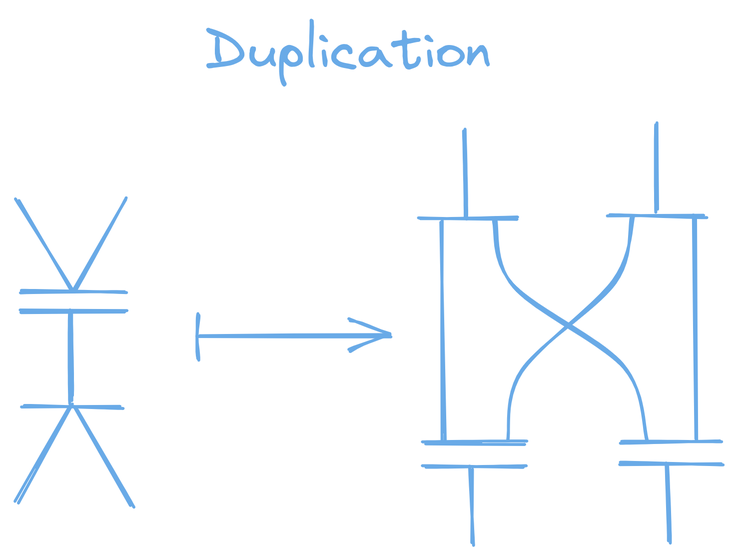
This is content/interaction-nets-combinators-calculus/duplication.excalidraw.png from zicklag/blog, a Excalidraw export, as it was before one commit. Source tidied: one line per element, renumbered; positions are measured from the earlier drawing's top-left corner, leaving out a move shared by most shapes.
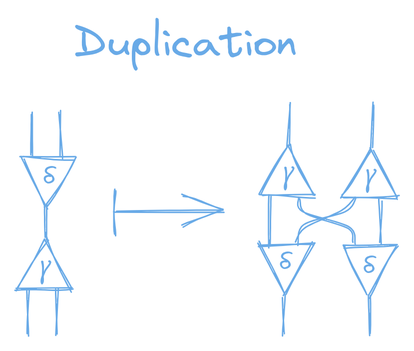
After the commit.

Diff of the diagram source:
```diff
@@ -1,25 +1,27 @@
-{"id": 0, "type": "line", "strokeColor": "#1864ab", "angle": 3.14, "strokeWidth": 2, "roughness": 1, "round": true, "x": 4, "y": 198, "width": 69, "height": 0, "points": [[0, 0], [69, 0]]}
-{"id": 1, "type": "line", "strokeColor": "#1864ab", "angle": 3.14, "strokeWidth": 2, "roughness": 1, "round": true, "x": 4, "y": 183, "width": 69, "height": 0, "points": [[0, 0], [69, 0]]}
-{"id": 2, "type": "line", "strokeColor": "#1864ab", "angle": 3.14, "strokeWidth": 2, "roughness": 1, "round": true, "x": 37, "y": 253, "width": 0, "height": 56, "points": [[0, 0], [0, -56]]}
-{"id": 3, "type": "line", "strokeColor": "#1864ab", "angle": 3.14, "strokeWidth": 2, "roughness": 1, "round": true, "x": 73, "y": 123, "width": 35, "height": 61, "points": [[0, 0], [-35, 61]]}
-{"id": 4, "type": "line", "strokeColor": "#1864ab", "angle": 3.14, "strokeWidth": 2, "roughness": 1, "round": true, "x": 1, "y": 122, "width": 36, "height": 62, "points": [[0, 0], [36, 62]]}
-{"id": 5, "type": "text", "text": "Duplication", "strokeColor": "#1864ab", "strokeWidth": 2, "roughness": 1, "fontSize": 36, "fontFamily": 1, "textAlign": "center", "x": 126, "y": 0, "width": 191, "height": 45}
+{"id": 5, "type": "text", "text": "Duplication", "strokeColor": "#1864ab", "strokeWidth": 1, "roughness": 1, "fontSize": 28, "fontFamily": 1, "textAlign": "center", "x": 377, "y": 449, "width": 148, "height": 35}
-{"id": 6, "type": "arrow", "strokeColor": "#1864ab", "strokeWidth": 2, "roughness": 1, "startArrowhead": "bar", "endArrowhead": "arrow", "round": true, "x": 121, "y": 213, "width": 128, "height": 0, "points": [[0, 0], [128, 0]]}
+{"id": 6, "type": "arrow", "strokeColor": "#1864ab", "strokeWidth": 1, "roughness": 1, "startArrowhead": "bar", "endArrowhead": "arrow", "round": true, "x": 404, "y": 579, "width": 72, "height": 0, "points": [[0, 0], [72, 0]]}
-{"id": 7, "type": "line", "strokeColor": "#1864ab", "angle": 9.42, "strokeWidth": 2, "roughness": 1, "round": true, "x": 403, "y": 298, "width": 67, "height": 0, "points": [[0, 0], [67, 0]]}
-{"id": 8, "type": "line", "strokeColor": "#1864ab", "angle": 9.42, "strokeWidth": 2, "roughness": 1, "round": true, "x": 404, "y": 284, "width": 67, "height": 0, "points": [[0, 0], [67, 0]]}
-{"id": 9, "type": "line", "strokeColor": "#1864ab", "angle": 9.42, "strokeWidth": 2, "roughness": 1, "round": true, "x": 435, "y": 352, "width": 0, "height": 53, "points": [[0, 0], [0, -53]]}
-{"id": 10, "type": "line", "strokeColor": "#1864ab", "angle": 9.42, "strokeWidth": 2, "roughness": 1, "round": true, "x": 271, "y": 302, "width": 67, "height": 0, "points": [[0, 0], [67, 0]]}
-{"id": 11, "type": "line", "strokeColor": "#1864ab", "angle": 9.42, "strokeWidth": 2, "roughness": 1, "round": true, "x": 272, "y": 285, "width": 67, "height": 0, "points": [[0, 0], [67, 0]]}
-{"id": 12, "type": "line", "strokeColor": "#1864ab", "angle": 9.42, "strokeWidth": 2, "roughness": 1, "round": true, "x": 304, "y": 352, "width": 0, "height": 51, "points": [[0, 0], [0, -51]]}
-{"id": 13, "type": "line", "strokeColor": "#1864ab", "angle": 9.42, "strokeWidth": 2, "roughness": 1, "round": true, "x": 284, "y": 137, "width": 3, "height": 147, "points": [[0, 0], [3, 147]]}
-{"id": 14, "type": "line", "strokeColor": "#1864ab", "angle": 6.28, "strokeWidth": 2, "roughness": 1, "round": true, "x": 395, "y": 133, "width": 64, "height": 0, "points": [[0, 0], [64, 0]]}
-{"id": 15, "type": "line", "strokeColor": "#1864ab", "angle": 6.28, "strokeWidth": 2, "roughness": 1, "round": true, "x": 427, "y": 131, "width": 0, "height": 58, "points": [[0, 0], [0, -58]]}
-{"id": 16, "type": "line", "strokeColor": "#1864ab", "angle": 6.28, "strokeWidth": 2, "roughness": 1, "round": true, "x": 411, "y": 135, "width": 83, "height": 148, "points": [[0, 0], [-11, 43], [-75, 101], [-83, 148]]}
-{"id": 17, "type": "line", "strokeColor": "#1864ab", "angle": 6.28, "strokeWidth": 2, "roughness": 1, "round": true, "x": 453, "y": 135, "width": 0, "height": 148, "points": [[0, 0], [0, 148]]}
-{"id": 18, "type": "line", "strokeColor": "#1864ab", "angle": 6.28, "strokeWidth": 2, "roughness": 1, "round": true, "x": 269, "y": 135, "width": 64, "height": 0, "points": [[0, 0], [64, 0]]}
-{"id": 19, "type": "line", "strokeColor": "#1864ab", "angle": 6.28, "strokeWidth": 2, "roughness": 1, "round": true, "x": 300, "y": 135, "width": 0, "height": 58, "points": [[0, 0], [0, -58]]}
-{"id": 20, "type": "line", "strokeColor": "#1864ab", "angle": 6.28, "strokeWidth": 2, "roughness": 1, "round": true, "x": 320, "y": 136, "width": 102, "height": 148, "points": [[0, 0], [12, 45], [86, 99], [102, 148]]}
-{"id": 21, "type": "line", "strokeColor": "#1864ab", "strokeWidth": 2, "roughness": 1, "round": true, "x": 4, "y": 261, "width": 66, "height": 0, "points": [[0, 0], [66, 0]]}
-{"id": 22, "type": "line", "strokeColor": "#1864ab", "strokeWidth": 2, "roughness": 1, "round": true, "x": 37, "y": 258, "width": 0, "height": 60, "points": [[0, 0], [0, -60]]}
-{"id": 23, "type": "line", "strokeColor": "#1864ab", "strokeWidth": 2, "roughness": 1, "round": true, "x": 37, "y": 261, "width": 37, "height": 64, "points": [[0, 0], [-37, 64]]}
-{"id": 24, "type": "line", "strokeColor": "#1864ab", "strokeWidth": 2, "roughness": 1, "round": true, "x": 39, "y": 262, "width": 38, "height": 66, "points": [[0, 0], [38, 66]]}
+{"id": 25, "type": "line", "strokeColor": "#1864ab", "angle": 6.29, "strokeWidth": 1, "roughness": 1, "x": 358, "y": 598, "width": 37, "height": 33, "points": [[0, 0], [-19, 33], [17, 33], [0, 0]]}
+{"id": 26, "type": "text", "text": "γ", "strokeColor": "#1864ab", "backgroundColor": "#ced4da", "fillStyle": "solid", "strokeWidth": 1, "roughness": 1, "fontSize": 16, "fontFamily": 1, "textAlign": "center", "x": 355, "y": 605, "width": 7, "height": 20}
+{"id": 27, "type": "line", "strokeColor": "#1864ab", "angle": 3.14, "strokeWidth": 1, "roughness": 1, "x": 360, "y": 544, "width": 37, "height": 33, "points": [[0, 0], [-19, 33], [17, 33], [0, 0]]}
+{"id": 28, "type": "text", "text": "δ", "strokeColor": "#1864ab", "backgroundColor": "#ced4da", "fillStyle": "solid", "strokeWidth": 1, "roughness": 1, "fontSize": 16, "fontFamily": 1, "textAlign": "center", "x": 356, "y": 545, "width": 9, "height": 20}
+{"id": 29, "type": "arrow", "strokeColor": "#1864ab", "backgroundColor": "#ced4da", "fillStyle": "solid", "strokeWidth": 1, "roughness": 1, "round": true, "from": 28, "to": 26, "x": 359, "y": 575, "width": 0, "height": 23, "points": [[0, 0], [0, 23]]}
+{"id": 30, "type": "arrow", "strokeColor": "#1864ab", "backgroundColor": "#ced4da", "fillStyle": "solid", "strokeWidth": 1, "roughness": 1, "round": true, "from": 28, "x": 348, "y": 543, "width": 0, "height": 30, "points": [[0, 0], [0, -30]]}
+{"id": 31, "type": "arrow", "strokeColor": "#1864ab", "backgroundColor": "#ced4da", "fillStyle": "solid", "strokeWidth": 1, "roughness": 1, "round": true, "from": 28, "x": 369, "y": 543, "width": 0, "height": 30, "points": [[0, 0], [0, -30]]}
+{"id": 32, "type": "arrow", "strokeColor": "#1864ab", "backgroundColor": "#ced4da", "fillStyle": "solid", "strokeWidth": 1, "roughness": 1, "round": true, "from": 26, "x": 347, "y": 632, "width": 0, "height": 30, "points": [[0, 0], [0, 30]]}
+{"id": 33, "type": "arrow", "strokeColor": "#1864ab", "backgroundColor": "#ced4da", "fillStyle": "solid", "strokeWidth": 1, "roughness": 1, "round": true, "from": 26, "x": 366, "y": 631, "width": 0, "height": 31, "points": [[0, 0], [0, 31]]}
+{"id": 34, "type": "line", "strokeColor": "#1864ab", "angle": 6.29, "strokeWidth": 1, "roughness": 1, "x": 520, "y": 536, "width": 37, "height": 33, "points": [[0, 0], [-19, 33], [17, 33], [0, 0]]}
+{"id": 35, "type": "text", "text": "γ", "strokeColor": "#1864ab", "backgroundColor": "#ced4da", "fillStyle": "solid", "strokeWidth": 1, "roughness": 1, "fontSize": 16, "fontFamily": 1, "textAlign": "center", "x": 517, "y": 542, "width": 7, "height": 20}
+{"id": 36, "type": "line", "strokeColor": "#1864ab", "angle": 6.29, "strokeWidth": 1, "roughness": 1, "x": 575, "y": 537, "width": 37, "height": 33, "points": [[0, 0], [-19, 33], [17, 33], [0, 0]]}
+{"id": 37, "type": "text", "text": "γ", "strokeColor": "#1864ab", "backgroundColor": "#ced4da", "fillStyle": "solid", "strokeWidth": 1, "roughness": 1, "fontSize": 16, "fontFamily": 1, "textAlign": "center", "x": 572, "y": 544, "width": 7, "height": 20}
+{"id": 38, "type": "arrow", "strokeColor": "#1864ab", "backgroundColor": "#ced4da", "fillStyle": "solid", "strokeWidth": 1, "roughness": 1, "round": true, "from": 35, "x": 520, "y": 535, "width": 0, "height": 28, "points": [[0, 0], [0, -28]]}
+{"id": 39, "type": "arrow", "strokeColor": "#1864ab", "backgroundColor": "#ced4da", "fillStyle": "solid", "strokeWidth": 1, "roughness": 1, "round": true, "from": 37, "x": 576, "y": 538, "width": 0, "height": 30, "points": [[0, 0], [0, -30]]}
+{"id": 40, "type": "line", "strokeColor": "#1864ab", "angle": 3.14, "strokeWidth": 1, "roughness": 1, "x": 520, "y": 601, "width": 37, "height": 33, "points": [[0, 0], [-19, 33], [17, 33], [0, 0]]}
+{"id": 41, "type": "text", "text": "δ", "strokeColor": "#1864ab", "backgroundColor": "#ced4da", "fillStyle": "solid", "strokeWidth": 1, "roughness": 1, "fontSize": 16, "fontFamily": 1, "textAlign": "center", "x": 513, "y": 602, "width": 9, "height": 20}
+{"id": 42, "type": "line", "strokeColor": "#1864ab", "angle": 3.14, "strokeWidth": 1, "roughness": 1, "x": 577, "y": 604, "width": 37, "height": 33, "points": [[0, 0], [-19, 33], [17, 33], [0, 0]]}
+{"id": 43, "type": "text", "text": "δ", "strokeColor": "#1864ab", "backgroundColor": "#ced4da", "fillStyle": "solid", "strokeWidth": 1, "roughness": 1, "fontSize": 16, "fontFamily": 1, "textAlign": "center", "x": 569, "y": 605, "width": 9, "height": 20}
+{"id": 44, "type": "arrow", "strokeColor": "#1864ab", "backgroundColor": "#ced4da", "fillStyle": "solid", "strokeWidth": 1, "roughness": 1, "round": true, "from": 41, "x": 517, "y": 637, "width": 1, "height": 24, "points": [[0, 0], [1, 24]]}
+{"id": 45, "type": "arrow", "strokeColor": "#1864ab", "backgroundColor": "#ced4da", "fillStyle": "solid", "strokeWidth": 1, "roughness": 1, "round": true, "from": 43, "x": 575, "y": 635, "width": 1, "height": 27, "points": [[0, 0], [-1, 27]]}
+{"id": 46, "type": "arrow", "strokeColor": "#1864ab", "backgroundColor": "#ced4da", "fillStyle": "solid", "strokeWidth": 1, "roughness": 1, "round": true, "from": 35, "to": 41, "x": 508, "y": 569, "width": 0, "height": 34, "points": [[0, 0], [0, 34]]}
+{"id": 47, "type": "arrow", "strokeColor": "#1864ab", "backgroundColor": "#ced4da", "fillStyle": "solid", "strokeWidth": 1, "roughness": 1, "round": true, "from": 41, "to": 37, "x": 526, "y": 601, "width": 38, "height": 30, "points": [[0, 0], [6, -11], [31, -21], [38, -30]]}
+{"id": 48, "type": "arrow", "strokeColor": "#1864ab", "backgroundColor": "#ced4da", "fillStyle": "solid", "strokeWidth": 1, "roughness": 1, "round": true, "from": 43, "to": 35, "x": 565, "y": 602, "width": 39, "height": 32, "points": [[0, 0], [-5, -11], [-35, -22], [-39, -32]]}
+{"id": 49, "type": "arrow", "strokeColor": "#1864ab", "backgroundColor": "#ced4da", "fillStyle": "solid", "strokeWidth": 1, "roughness": 1, "round": true, "from": 43, "to": 37, "x": 581, "y": 602, "width": 0, "height": 30, "points": [[0, 0], [0, -30]]}
```
